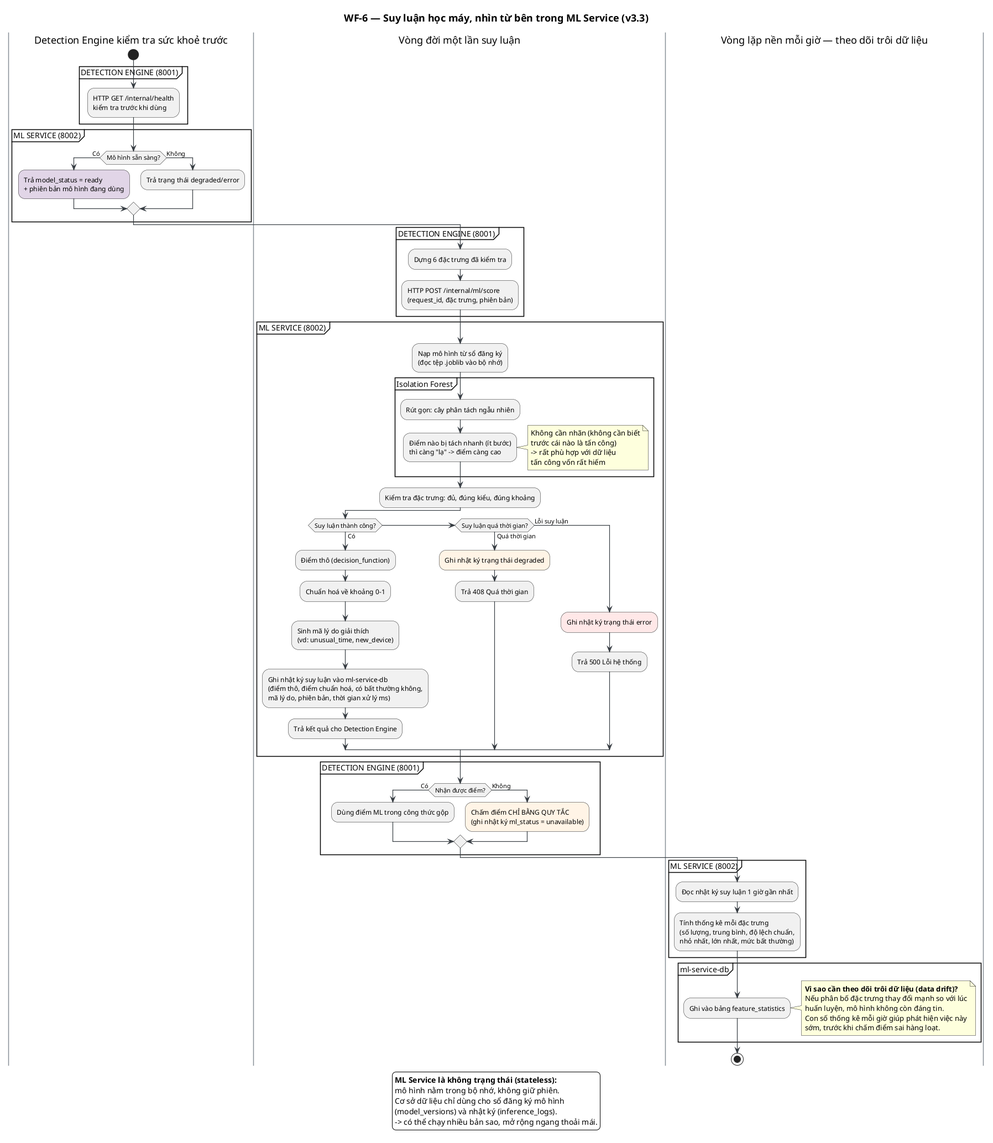
Albert-Tuan/sentinel-auth keeps this PlantUML diagram as docs/diagrams/v3.3-detect/11-wf6-suy-luan-ml.png. Above is the earlier version.
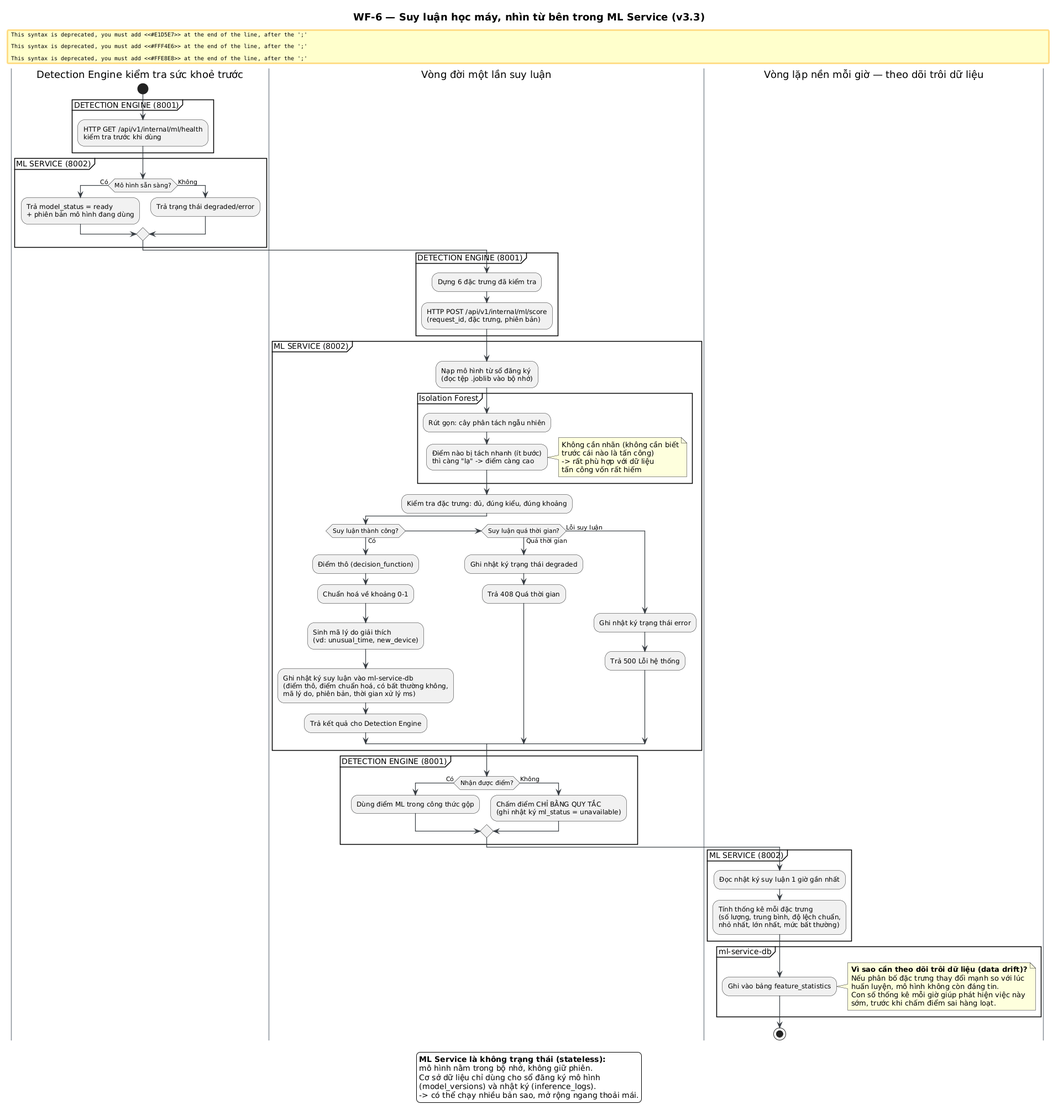
Later version of the same file.

Diff of the diagram source:
```diff
@@ -15,7 +15,7 @@
 |Detection Engine kiểm tra sức khoẻ trước|
 start
 partition "DETECTION ENGINE (8001)" {
-  :HTTP GET /internal/health\nkiểm tra trước khi dùng;
+  :HTTP GET /api/v1/internal/ml/health\nkiểm tra trước khi dùng;
 }
 partition "ML SERVICE (8002)" {
   if (Mô hình sẵn sàng?) then (Có)
@@ -28,7 +28,7 @@
 |Vòng đời một lần suy luận|
 partition "DETECTION ENGINE (8001)" {
   :Dựng 6 đặc trưng đã kiểm tra;
-  :HTTP POST /internal/ml/score\n(request_id, đặc trưng, phiên bản);
+  :HTTP POST /api/v1/internal/ml/score\n(request_id, đặc trưng, phiên bản);
 }
 partition "ML SERVICE (8002)" {
   :Nạp mô hình từ sổ đăng ký\n(đọc tệp .joblib vào bộ nhớ);
@@ -89,5 +89,4 @@
 (model_versions) và nhật ký (inference_logs).
 -> có thể chạy nhiều bản sao, mở rộng ngang thoải mái.
 endlegend
-
 @enduml
```
